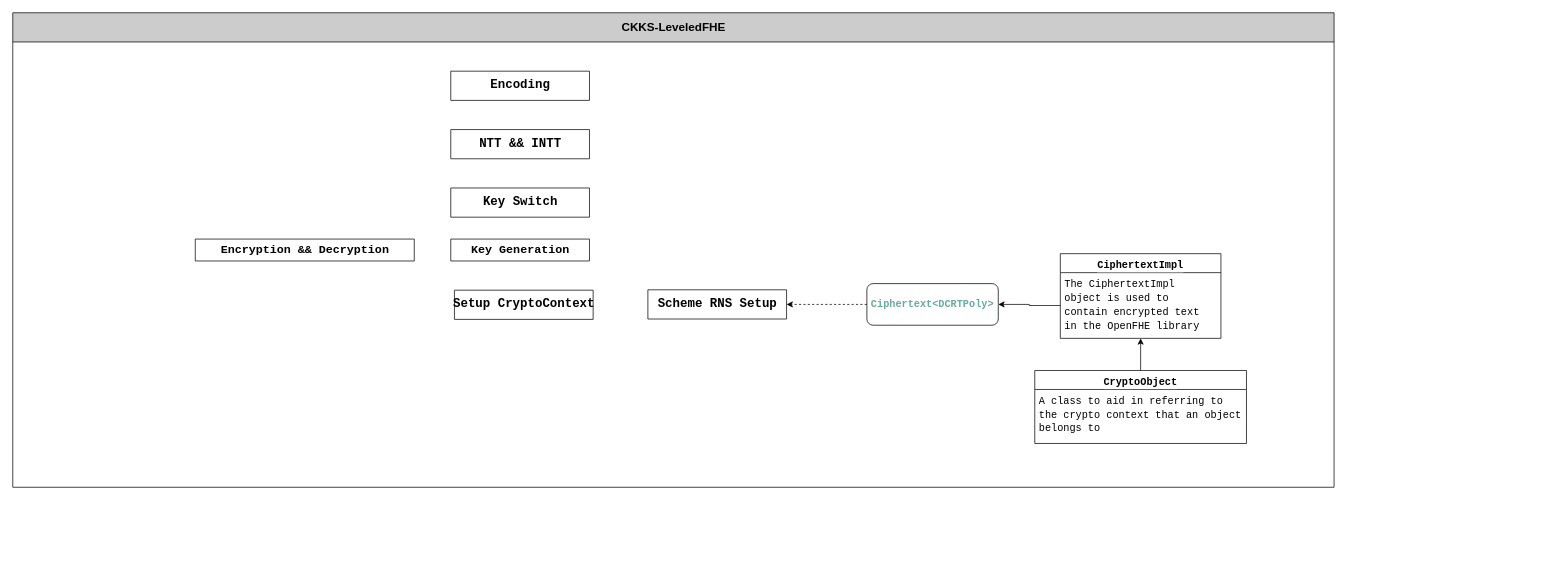
Earlier version of the draw.io diagram 未命名绘图.drawio (ZKX64/Textbook-graph). Source tidied: cells renumbered, new cells numbered last; positions are measured from the earlier drawing's top-left corner, leaving out a move shared by most shapes. Both pictures are drawn from the tidied source at 73%, with x=0, y=0 at pixel (12, 12).
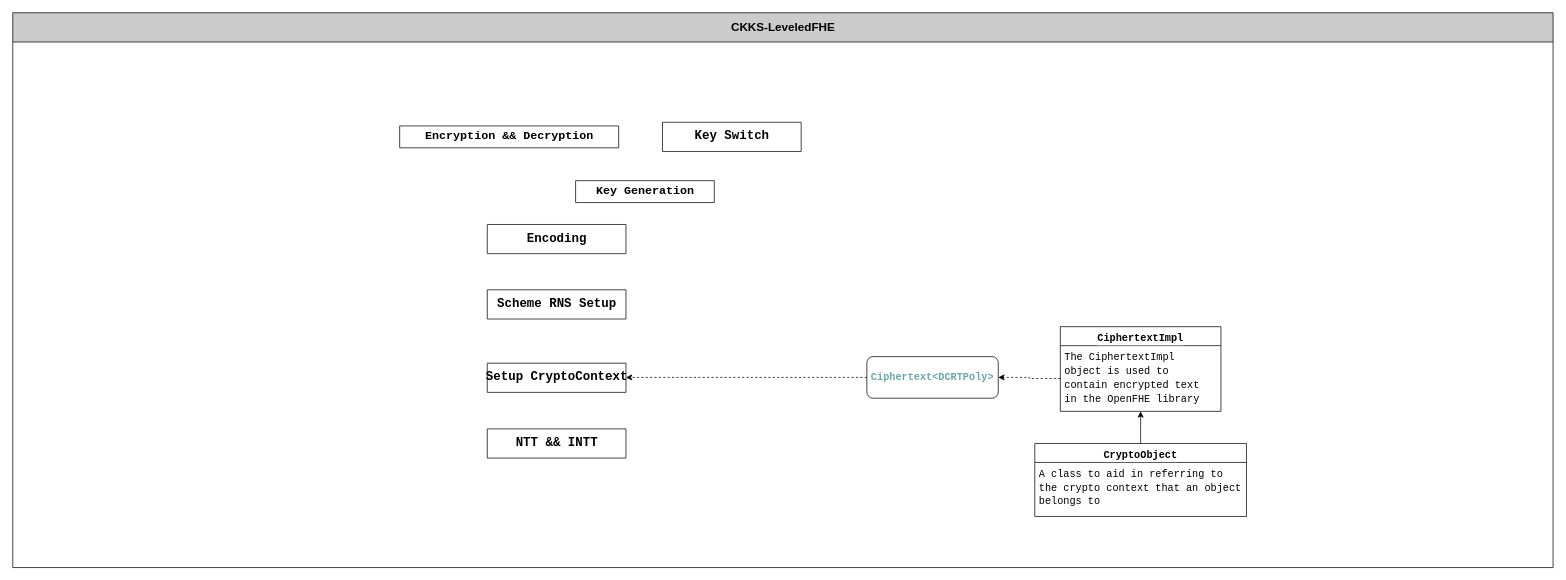
After the change.

Commit message:
更新未命名绘图.drawio

Diff of the diagram source:
```diff
@@
 <mxGraphModel>
   <root>
     <mxCell id="0" />
     <mxCell id="1" parent="0" />
     <mxCell id="2" value="&lt;font style=&quot;font-size: 16px;&quot;&gt;CKKS-LeveledFHE&lt;/font&gt;" style="swimlane;html=1;startSize=40;horizontal=1;containerType=tree;glass=0;fillColor=#CCCCCC;" parent="1" vertex="1">
-      <mxGeometry width="1810" height="650" as="geometry" />
+      <mxGeometry width="2110" height="760" as="geometry" />
     </mxCell>
+    <mxCell id="17" value="&lt;div style=&quot;font-family: Consolas, &amp;quot;Courier New&amp;quot;, monospace; line-height: 19px;&quot;&gt;&lt;div style=&quot;line-height: 19px;&quot;&gt;&lt;span style=&quot;font-size: 16px;&quot;&gt;Encryption &amp;amp;&amp;amp; Decryption&lt;/span&gt;&lt;/div&gt;&lt;/div&gt;" style="swimlane;html=1;startSize=30;horizontal=1;containerType=tree;glass=0;align=center;verticalAlign=middle;" parent="2" vertex="1" collapsed="1">
+      <mxGeometry x="530" y="155" width="300" height="30" as="geometry" />
+    </mxCell>
+    <mxCell id="15" value="&lt;div style=&quot;font-family: Consolas, &amp;quot;Courier New&amp;quot;, monospace; line-height: 19px;&quot;&gt;&lt;span style=&quot;font-size: 17px;&quot;&gt;Scheme RNS Setup&lt;/span&gt;&lt;/div&gt;" style="swimlane;html=1;startSize=40;horizontal=1;containerType=tree;glass=0;align=center;verticalAlign=middle;" parent="2" vertex="1" collapsed="1">
+      <mxGeometry x="650" y="379.5" width="190" height="40" as="geometry" />
+    </mxCell>
+    <mxCell id="13" value="&lt;div style=&quot;font-family: Consolas, &amp;quot;Courier New&amp;quot;, monospace; line-height: 19px;&quot;&gt;&lt;div style=&quot;line-height: 19px;&quot;&gt;&lt;font style=&quot;font-size: 16px;&quot;&gt;Key Generation&lt;/font&gt;&lt;/div&gt;&lt;/div&gt;" style="swimlane;html=1;startSize=50;horizontal=1;containerType=tree;glass=0;align=center;verticalAlign=middle;" parent="2" vertex="1" collapsed="1">
+      <mxGeometry x="771" y="230" width="190" height="30" as="geometry" />
+    </mxCell>
+    <mxCell id="12" value="&lt;div style=&quot;font-family: Consolas, &amp;quot;Courier New&amp;quot;, monospace; line-height: 19px;&quot;&gt;&lt;span style=&quot;font-size: 17px;&quot;&gt;Key Switch&lt;/span&gt;&lt;/div&gt;" style="swimlane;html=1;startSize=40;horizontal=1;containerType=tree;glass=0;align=center;verticalAlign=middle;" parent="2" vertex="1" collapsed="1">
+      <mxGeometry x="890" y="150" width="190" height="40" as="geometry" />
+    </mxCell>
+    <mxCell id="14" value="&lt;div style=&quot;font-family: Consolas, &amp;quot;Courier New&amp;quot;, monospace; line-height: 19px;&quot;&gt;&lt;span style=&quot;font-size: 17px;&quot;&gt;Encoding&lt;/span&gt;&lt;/div&gt;" style="swimlane;html=1;startSize=40;horizontal=1;containerType=tree;glass=0;align=center;verticalAlign=middle;" parent="2" vertex="1" collapsed="1">
+      <mxGeometry x="650" y="290" width="190" height="40" as="geometry" />
+    </mxCell>
     <mxCell id="3" value="&lt;div style=&quot;font-family: Consolas, &amp;quot;Courier New&amp;quot;, monospace; line-height: 19px;&quot;&gt;&lt;font style=&quot;font-size: 17px;&quot;&gt;Setup CryptoContext&lt;/font&gt;&lt;/div&gt;" style="swimlane;html=1;startSize=50;horizontal=1;containerType=tree;glass=0;align=center;verticalAlign=middle;" parent="2" vertex="1" collapsed="1">
-      <mxGeometry x="605" y="380" width="190" height="40" as="geometry" />
+      <mxGeometry x="650" y="480" width="190" height="40" as="geometry" />
     </mxCell>
     <mxCell id="4" value="&lt;div style=&quot;font-family: Consolas, &amp;quot;Courier New&amp;quot;, monospace; line-height: 19px;&quot;&gt;&lt;font style=&quot;font-size: 17px;&quot;&gt;NTT &amp;amp;&amp;amp; INTT&lt;/font&gt;&lt;/div&gt;" style="swimlane;html=1;startSize=50;horizontal=1;containerType=tree;glass=0;align=center;verticalAlign=middle;" parent="2" vertex="1" collapsed="1">
-      <mxGeometry x="600" y="160" width="190" height="40" as="geometry" />
+      <mxGeometry x="650" y="570" width="190" height="40" as="geometry" />
     </mxCell>
     <mxCell id="5" value="&lt;div style=&quot;font-family: Consolas, &amp;quot;Courier New&amp;quot;, monospace; font-size: 14px; line-height: 19px;&quot;&gt;&lt;div style=&quot;line-height: 19px;&quot;&gt;&lt;div style=&quot;line-height: 19px;&quot;&gt;&lt;div style=&quot;line-height: 19px;&quot;&gt;&lt;div style=&quot;line-height: 19px;&quot;&gt;&lt;div style=&quot;line-height: 19px;&quot;&gt;CryptoObject&lt;/div&gt;&lt;/div&gt;&lt;/div&gt;&lt;/div&gt;&lt;/div&gt;&lt;/div&gt;" style="swimlane;fontStyle=1;align=center;verticalAlign=top;horizontal=1;startSize=26;whiteSpace=wrap;html=1;fontColor=#000000;labelBackgroundColor=default;" parent="2" vertex="1">
-      <mxGeometry x="1400" y="490" width="290" height="100" as="geometry" />
+      <mxGeometry x="1400" y="590" width="290" height="100" as="geometry" />
     </mxCell>
     <mxCell id="6" value="&lt;div style=&quot;font-family: Consolas, &amp;quot;Courier New&amp;quot;, monospace; font-size: 14px; line-height: 19px;&quot;&gt;&lt;div style=&quot;line-height: 19px;&quot;&gt;&lt;div style=&quot;line-height: 19px;&quot;&gt;&lt;div style=&quot;line-height: 19px;&quot;&gt;A class to aid in referring to the crypto context that an object belongs to&lt;/div&gt;&lt;/div&gt;&lt;/div&gt;&lt;/div&gt;" style="text;strokeColor=none;fillColor=none;align=left;verticalAlign=top;spacingLeft=4;spacingRight=4;overflow=hidden;whiteSpace=wrap;html=1;fontColor=#000000;labelBackgroundColor=default;" parent="5" vertex="1">
       <mxGeometry y="26" width="290" height="74" as="geometry" />
     </mxCell>
     <mxCell id="7" value="&lt;div style=&quot;font-family: Consolas, &amp;quot;Courier New&amp;quot;, monospace; font-size: 14px; line-height: 19px;&quot;&gt;&lt;div style=&quot;line-height: 19px;&quot;&gt;&lt;div style=&quot;line-height: 19px;&quot;&gt;&lt;div style=&quot;line-height: 19px;&quot;&gt;&lt;div style=&quot;line-height: 19px;&quot;&gt;&lt;div style=&quot;line-height: 19px;&quot;&gt;CiphertextImpl&lt;/div&gt;&lt;/div&gt;&lt;/div&gt;&lt;/div&gt;&lt;/div&gt;&lt;/div&gt;" style="swimlane;fontStyle=1;align=center;verticalAlign=top;horizontal=1;startSize=26;whiteSpace=wrap;html=1;fontColor=#000000;labelBackgroundColor=default;" parent="2" vertex="1">
-      <mxGeometry x="1435" y="330" width="220" height="116" as="geometry" />
+      <mxGeometry x="1435" y="430" width="220" height="116" as="geometry" />
     </mxCell>
     <mxCell id="8" value="&lt;div style=&quot;font-family: Consolas, &amp;quot;Courier New&amp;quot;, monospace; font-size: 14px; line-height: 19px;&quot;&gt;&lt;div style=&quot;line-height: 19px;&quot;&gt;&lt;div style=&quot;line-height: 19px;&quot;&gt;&lt;div&gt;The CiphertextImpl object is used to contain encrypted text in the OpenFHE&amp;nbsp;&lt;span style=&quot;&quot;&gt;library&lt;/span&gt;&lt;/div&gt;&lt;/div&gt;&lt;/div&gt;&lt;/div&gt;" style="text;strokeColor=none;fillColor=none;align=left;verticalAlign=top;spacingLeft=4;spacingRight=4;overflow=hidden;points=[[0,0.5],[1,0.5]];portConstraint=eastwest;whiteSpace=wrap;html=1;fontColor=#000000;labelBackgroundColor=default;" parent="7" vertex="1">
       <mxGeometry y="26" width="220" height="90" as="geometry" />
     </mxCell>
     <mxCell id="9" style="edgeStyle=orthogonalEdgeStyle;rounded=0;jettySize=auto;html=1;fontColor=#000000;labelBackgroundColor=default;" parent="2" edge="1" source="5" target="7">
       <mxGeometry relative="1" as="geometry" />
     </mxCell>
     <mxCell id="10" value="&lt;div style=&quot;font-family: Consolas, &amp;quot;Courier New&amp;quot;, monospace; font-size: 14px; line-height: 19px;&quot;&gt;&lt;b&gt;&lt;font color=&quot;#67ab9f&quot;&gt;Ciphertext&amp;lt;&lt;span style=&quot;&quot;&gt;DCRTPoly&lt;/span&gt;&lt;span style=&quot;&quot;&gt;&amp;gt;&lt;/span&gt;&lt;/font&gt;&lt;/b&gt;&lt;/div&gt;" style="rounded=1;whiteSpace=wrap;html=1;labelBackgroundColor=default;fontColor=#000000;" parent="2" vertex="1">
-      <mxGeometry x="1170" y="371" width="180" height="57" as="geometry" />
+      <mxGeometry x="1170" y="471" width="180" height="57" as="geometry" />
     </mxCell>
-    <mxCell id="11" style="edgeStyle=orthogonalEdgeStyle;rounded=0;jettySize=auto;html=1;exitX=0;exitY=0.5;exitDx=0;exitDy=0;entryX=1;entryY=0.5;entryDx=0;entryDy=0;labelBackgroundColor=default;fontColor=#000000;" parent="2" edge="1" source="8" target="10">
+    <mxCell id="11" style="edgeStyle=orthogonalEdgeStyle;rounded=0;jettySize=auto;html=1;exitX=0;exitY=0.5;exitDx=0;exitDy=0;entryX=1;entryY=0.5;entryDx=0;entryDy=0;labelBackgroundColor=default;fontColor=#000000;dashed=1;" parent="2" edge="1" source="8" target="10">
       <mxGeometry relative="1" as="geometry" />
     </mxCell>
-    <mxCell id="12" value="&lt;div style=&quot;font-family: Consolas, &amp;quot;Courier New&amp;quot;, monospace; line-height: 19px;&quot;&gt;&lt;span style=&quot;font-size: 17px;&quot;&gt;Key Switch&lt;/span&gt;&lt;/div&gt;" style="swimlane;html=1;startSize=40;horizontal=1;containerType=tree;glass=0;align=center;verticalAlign=middle;" parent="2" vertex="1" collapsed="1">
-      <mxGeometry x="600" y="240" width="190" height="40" as="geometry" />
-    </mxCell>
-    <mxCell id="13" value="&lt;div style=&quot;font-family: Consolas, &amp;quot;Courier New&amp;quot;, monospace; line-height: 19px;&quot;&gt;&lt;div style=&quot;line-height: 19px;&quot;&gt;&lt;font style=&quot;font-size: 16px;&quot;&gt;Key Generation&lt;/font&gt;&lt;/div&gt;&lt;/div&gt;" style="swimlane;html=1;startSize=50;horizontal=1;containerType=tree;glass=0;align=center;verticalAlign=middle;" parent="2" vertex="1" collapsed="1">
-      <mxGeometry x="600" y="310" width="190" height="30" as="geometry" />
-    </mxCell>
-    <mxCell id="14" value="&lt;div style=&quot;font-family: Consolas, &amp;quot;Courier New&amp;quot;, monospace; line-height: 19px;&quot;&gt;&lt;span style=&quot;font-size: 17px;&quot;&gt;Encoding&lt;/span&gt;&lt;/div&gt;" style="swimlane;html=1;startSize=40;horizontal=1;containerType=tree;glass=0;align=center;verticalAlign=middle;" parent="2" vertex="1" collapsed="1">
-      <mxGeometry x="600" y="80" width="190" height="40" as="geometry" />
-    </mxCell>
-    <mxCell id="15" value="&lt;div style=&quot;font-family: Consolas, &amp;quot;Courier New&amp;quot;, monospace; line-height: 19px;&quot;&gt;&lt;span style=&quot;font-size: 17px;&quot;&gt;Scheme RNS Setup&lt;/span&gt;&lt;/div&gt;" style="swimlane;html=1;startSize=40;horizontal=1;containerType=tree;glass=0;align=center;verticalAlign=middle;" parent="2" vertex="1" collapsed="1">
-      <mxGeometry x="870" y="379.5" width="190" height="40" as="geometry" />
-    </mxCell>
-    <mxCell id="16" style="edgeStyle=orthogonalEdgeStyle;rounded=0;jettySize=auto;html=1;exitX=0;exitY=0.5;exitDx=0;exitDy=0;entryX=1;entryY=0.5;entryDx=0;entryDy=0;dashed=1;" parent="2" edge="1" source="10" target="15">
-      <mxGeometry relative="1" as="geometry" />
+    <mxCell id="16" style="edgeStyle=orthogonalEdgeStyle;rounded=0;jettySize=auto;html=1;exitX=0;exitY=0.5;exitDx=0;exitDy=0;entryX=1;entryY=0.5;entryDx=0;entryDy=0;dashed=1;" parent="2" edge="1" source="10">
+      <mxGeometry relative="1" as="geometry">
+        <mxPoint x="840" y="499.5" as="targetPoint" />
+      </mxGeometry>
     </mxCell>
-    <mxCell id="17" value="&lt;div style=&quot;font-family: Consolas, &amp;quot;Courier New&amp;quot;, monospace; line-height: 19px;&quot;&gt;&lt;div style=&quot;line-height: 19px;&quot;&gt;&lt;span style=&quot;font-size: 16px;&quot;&gt;Encryption &amp;amp;&amp;amp; Decryption&lt;/span&gt;&lt;/div&gt;&lt;/div&gt;" style="swimlane;html=1;startSize=30;horizontal=1;containerType=tree;glass=0;align=center;verticalAlign=middle;" parent="2" vertex="1" collapsed="1">
-      <mxGeometry x="250" y="310" width="300" height="30" as="geometry" />
-    </mxCell>
   </root>
 </mxGraphModel>
```
